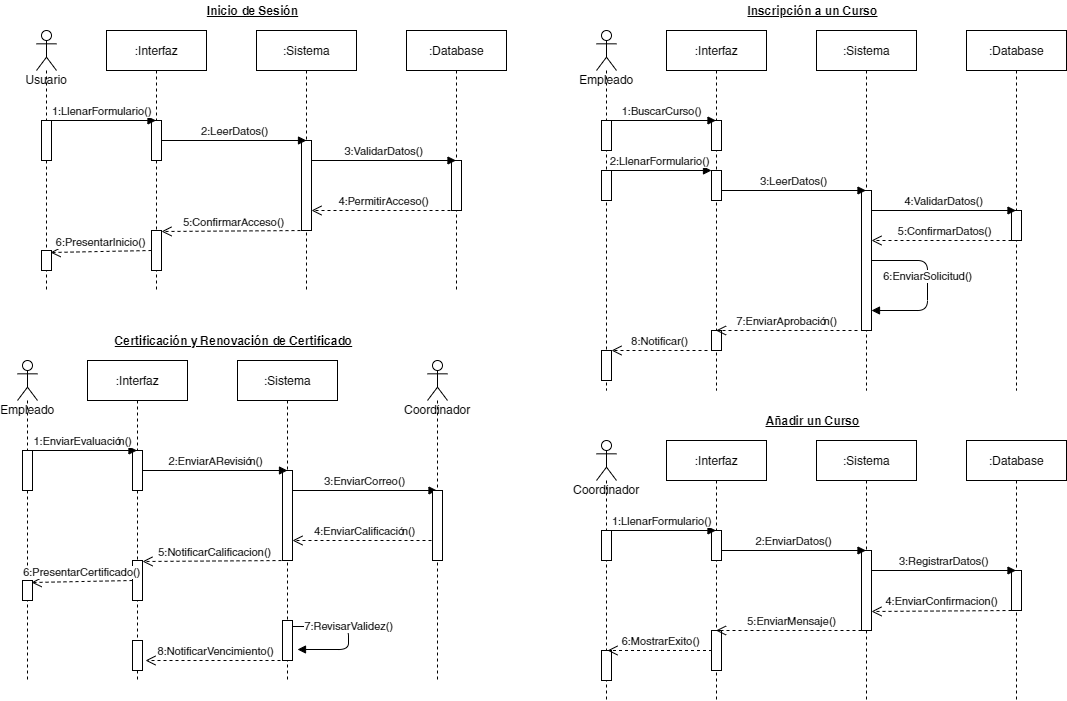
Before: diagrams/C1.4_UML_Casos_de_uso_secuencia_clases/C1.4_Secuencia_1.png, a diagram exported from draw.io (edgarcastillo17/analisisavanzadosoftware). Source tidied: cells renumbered, new cells last; positions are measured from the earlier drawing's top-left corner, leaving out a move shared by most shapes.
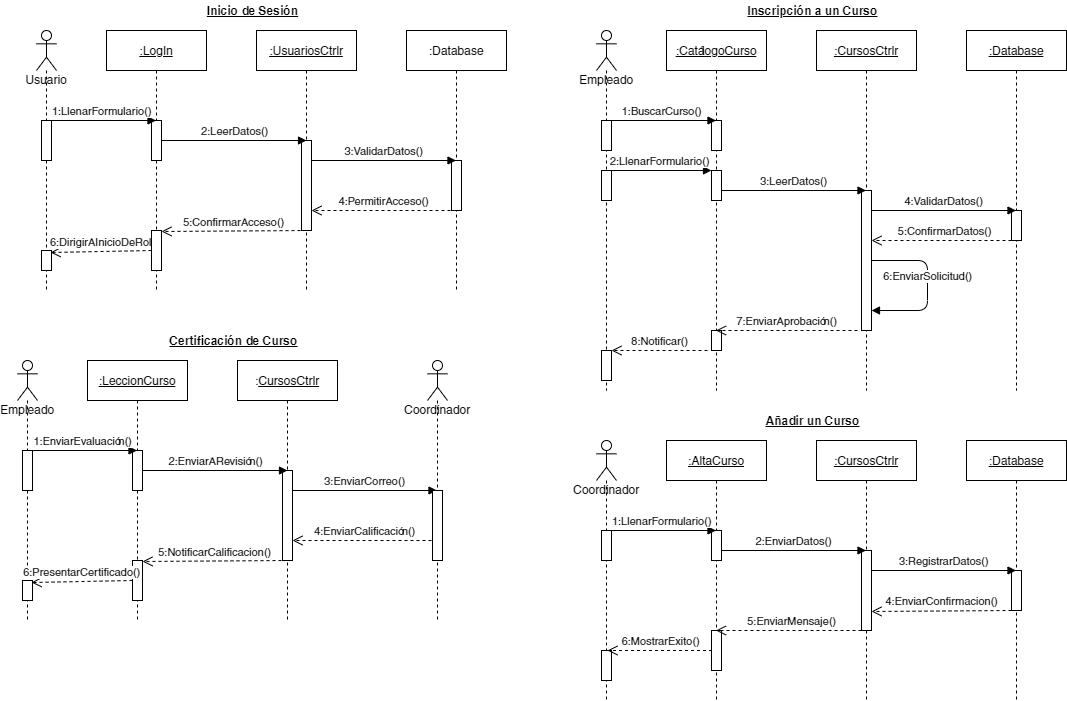
Above is the later version.

Diff of the diagram source:
```diff
@@ -11,7 +11,7 @@
     <mxCell id="4" style="html=1;points=[];perimeter=orthogonalPerimeter;" parent="2" vertex="1">
       <mxGeometry x="5" y="220" width="10" height="20" as="geometry" />
     </mxCell>
-    <mxCell id="5" value=":Interfaz" style="shape=umlLifeline;perimeter=lifelinePerimeter;whiteSpace=wrap;html=1;" parent="1" vertex="1">
+    <mxCell id="5" value="&lt;u&gt;:LogIn&lt;/u&gt;" style="shape=umlLifeline;perimeter=lifelinePerimeter;whiteSpace=wrap;html=1;" parent="1" vertex="1">
       <mxGeometry x="89" y="30" width="100" height="260" as="geometry" />
     </mxCell>
     <mxCell id="6" style="html=1;perimeter=orthogonalPerimeter;" parent="5" vertex="1">
@@ -20,7 +20,7 @@
     <mxCell id="7" style="html=1;points=[];perimeter=orthogonalPerimeter;" parent="5" vertex="1">
       <mxGeometry x="45" y="200" width="10" height="40" as="geometry" />
     </mxCell>
-    <mxCell id="8" value=":Sistema" style="shape=umlLifeline;perimeter=lifelinePerimeter;whiteSpace=wrap;html=1;" parent="1" vertex="1">
+    <mxCell id="8" value="&lt;u&gt;:UsuariosCtrlr&lt;/u&gt;" style="shape=umlLifeline;perimeter=lifelinePerimeter;whiteSpace=wrap;html=1;" parent="1" vertex="1">
       <mxGeometry x="239" y="30" width="100" height="260" as="geometry" />
     </mxCell>
     <mxCell id="9" style="html=1;points=[];perimeter=orthogonalPerimeter;" parent="8" vertex="1">
@@ -58,7 +58,7 @@
         <mxPoint x="289" y="230" as="sourcePoint" />
       </mxGeometry>
     </mxCell>
-    <mxCell id="17" value="6:PresentarInicio()" style="html=1;verticalAlign=bottom;endArrow=open;dashed=1;endSize=8;entryX=0.9;entryY=0.1;entryDx=0;entryDy=0;entryPerimeter=0;" parent="1" edge="1" target="4">
+    <mxCell id="17" value="6:DirigirAInicioDeRol" style="html=1;verticalAlign=bottom;endArrow=open;dashed=1;endSize=8;entryX=0.9;entryY=0.1;entryDx=0;entryDy=0;entryPerimeter=0;" parent="1" edge="1" target="4">
       <mxGeometry relative="1" as="geometry">
         <mxPoint x="134" y="250" as="sourcePoint" />
       </mxGeometry>
@@ -78,7 +78,7 @@
     <mxCell id="22" style="html=1;points=[];perimeter=orthogonalPerimeter;" parent="19" vertex="1">
       <mxGeometry x="5" y="320" width="10" height="30" as="geometry" />
     </mxCell>
-    <mxCell id="23" value=":Interfaz" style="shape=umlLifeline;perimeter=lifelinePerimeter;whiteSpace=wrap;html=1;outlineConnect=0;" parent="1" vertex="1">
+    <mxCell id="23" value="&lt;u&gt;:CatálogoCurso&lt;/u&gt;" style="shape=umlLifeline;perimeter=lifelinePerimeter;whiteSpace=wrap;html=1;outlineConnect=0;" parent="1" vertex="1">
       <mxGeometry x="649" y="30" width="100" height="360" as="geometry" />
     </mxCell>
     <mxCell id="24" style="html=1;perimeter=orthogonalPerimeter;" parent="23" vertex="1">
@@ -90,7 +90,7 @@
     <mxCell id="26" style="html=1;perimeter=orthogonalPerimeter;" parent="23" vertex="1">
       <mxGeometry x="45" y="300" width="10" height="20" as="geometry" />
     </mxCell>
-    <mxCell id="27" value=":Sistema" style="shape=umlLifeline;perimeter=lifelinePerimeter;whiteSpace=wrap;html=1;outlineConnect=0;" parent="1" vertex="1">
+    <mxCell id="27" value="&lt;u&gt;:CursosCtrlr&lt;/u&gt;" style="shape=umlLifeline;perimeter=lifelinePerimeter;whiteSpace=wrap;html=1;outlineConnect=0;" parent="1" vertex="1">
       <mxGeometry x="799" y="30" width="100" height="360" as="geometry" />
     </mxCell>
     <mxCell id="28" style="html=1;points=[];perimeter=orthogonalPerimeter;" parent="27" vertex="1">
@@ -105,7 +105,7 @@
         </Array>
       </mxGeometry>
     </mxCell>
-    <mxCell id="30" value=":Database" style="shape=umlLifeline;perimeter=lifelinePerimeter;whiteSpace=wrap;html=1;outlineConnect=0;" parent="1" vertex="1">
+    <mxCell id="30" value="&lt;u&gt;:Database&lt;/u&gt;" style="shape=umlLifeline;perimeter=lifelinePerimeter;whiteSpace=wrap;html=1;outlineConnect=0;" parent="1" vertex="1">
       <mxGeometry x="949" y="30" width="100" height="360" as="geometry" />
     </mxCell>
     <mxCell id="31" style="html=1;perimeter=orthogonalPerimeter;" parent="30" vertex="1">
@@ -151,7 +151,7 @@
       </mxGeometry>
     </mxCell>
     <mxCell id="40" value="Empleado" style="shape=umlLifeline;participant=umlActor;perimeter=lifelinePerimeter;whiteSpace=wrap;html=1;verticalAlign=top;spacingTop=36;" parent="1" vertex="1">
-      <mxGeometry y="360" width="20" height="320" as="geometry" />
+      <mxGeometry y="360" width="20" height="260" as="geometry" />
     </mxCell>
     <mxCell id="41" style="html=1;perimeter=orthogonalPerimeter;" parent="40" vertex="1">
       <mxGeometry x="5" y="90" width="10" height="40" as="geometry" />
@@ -159,8 +159,8 @@
     <mxCell id="42" style="html=1;points=[];perimeter=orthogonalPerimeter;" parent="40" vertex="1">
       <mxGeometry x="5" y="220" width="10" height="20" as="geometry" />
     </mxCell>
-    <mxCell id="43" value=":Interfaz" style="shape=umlLifeline;perimeter=lifelinePerimeter;whiteSpace=wrap;html=1;" parent="1" vertex="1">
-      <mxGeometry x="70" y="360" width="100" height="320" as="geometry" />
+    <mxCell id="43" value="&lt;u&gt;:LeccionCurso&lt;/u&gt;" style="shape=umlLifeline;perimeter=lifelinePerimeter;whiteSpace=wrap;html=1;" parent="1" vertex="1">
+      <mxGeometry x="70" y="360" width="100" height="260" as="geometry" />
     </mxCell>
     <mxCell id="44" style="html=1;perimeter=orthogonalPerimeter;" parent="43" vertex="1">
       <mxGeometry x="45" y="90" width="10" height="40" as="geometry" />
@@ -168,15 +168,12 @@
     <mxCell id="45" style="html=1;points=[];perimeter=orthogonalPerimeter;" parent="43" vertex="1">
       <mxGeometry x="45" y="200" width="10" height="40" as="geometry" />
     </mxCell>
-    <mxCell id="46" value=":Sistema" style="shape=umlLifeline;perimeter=lifelinePerimeter;whiteSpace=wrap;html=1;" parent="1" vertex="1">
-      <mxGeometry x="220" y="360" width="100" height="320" as="geometry" />
+    <mxCell id="46" value=":&lt;u&gt;CursosCtrlr&lt;/u&gt;" style="shape=umlLifeline;perimeter=lifelinePerimeter;whiteSpace=wrap;html=1;" parent="1" vertex="1">
+      <mxGeometry x="220" y="360" width="100" height="260" as="geometry" />
     </mxCell>
     <mxCell id="47" style="html=1;points=[];perimeter=orthogonalPerimeter;" parent="46" vertex="1">
       <mxGeometry x="45" y="110" width="10" height="90" as="geometry" />
     </mxCell>
-    <mxCell id="48" style="html=1;points=[];perimeter=orthogonalPerimeter;" parent="46" vertex="1">
-      <mxGeometry x="45" y="260" width="10" height="40" as="geometry" />
-    </mxCell>
     <mxCell id="49" value="1:EnviarEvaluación()" style="html=1;verticalAlign=bottom;endArrow=block;" parent="1" edge="1">
       <mxGeometry relative="1" as="geometry">
         <mxPoint x="10" y="450" as="sourcePoint" />
@@ -209,31 +206,15 @@
         <mxPoint x="115" y="580" as="sourcePoint" />
       </mxGeometry>
     </mxCell>
-    <mxCell id="55" value="&lt;b&gt;&lt;u&gt;Certificación y Renovación de Certificado&lt;/u&gt;&lt;/b&gt;" style="text;html=1;align=center;verticalAlign=middle;" parent="1" vertex="1">
-      <mxGeometry x="91" y="330" width="250" height="20" as="geometry" />
+    <mxCell id="55" value="&lt;b&gt;&lt;u&gt;Certificación de Curso&lt;/u&gt;&lt;/b&gt;" style="text;html=1;align=center;verticalAlign=middle;" parent="1" vertex="1">
+      <mxGeometry x="146" y="330" width="140" height="20" as="geometry" />
     </mxCell>
     <mxCell id="56" value="Coordinador" style="shape=umlLifeline;participant=umlActor;perimeter=lifelinePerimeter;whiteSpace=wrap;html=1;verticalAlign=top;spacingTop=36;" parent="1" vertex="1">
-      <mxGeometry x="410" y="360" width="20" height="320" as="geometry" />
+      <mxGeometry x="410" y="360" width="20" height="260" as="geometry" />
     </mxCell>
     <mxCell id="57" style="html=1;perimeter=orthogonalPerimeter;" parent="56" vertex="1">
       <mxGeometry x="5" y="130" width="10" height="70" as="geometry" />
     </mxCell>
-    <mxCell id="58" value="7:RevisarValidez()" style="html=1;verticalAlign=bottom;endArrow=block;edgeStyle=elbowEdgeStyle;entryX=1.5;entryY=0.725;entryDx=0;entryDy=0;entryPerimeter=0;" parent="1" edge="1" target="48">
-      <mxGeometry relative="1" as="geometry">
-        <mxPoint x="275" y="626" as="sourcePoint" />
-        <Array as="points">
-          <mxPoint x="331" y="656" />
-        </Array>
-      </mxGeometry>
-    </mxCell>
-    <mxCell id="59" style="html=1;points=[];perimeter=orthogonalPerimeter;" parent="1" vertex="1">
-      <mxGeometry x="115" y="640" width="10" height="30" as="geometry" />
-    </mxCell>
-    <mxCell id="60" value="8:NotificarVencimiento()" style="html=1;verticalAlign=bottom;endArrow=open;dashed=1;endSize=8;entryX=1.3;entryY=0.667;entryDx=0;entryDy=0;entryPerimeter=0;" parent="1" edge="1" target="59">
-      <mxGeometry relative="1" as="geometry">
-        <mxPoint x="269" y="660" as="sourcePoint" />
-      </mxGeometry>
-    </mxCell>
     <mxCell id="61" value="Coordinador" style="shape=umlLifeline;participant=umlActor;perimeter=lifelinePerimeter;whiteSpace=wrap;html=1;verticalAlign=top;spacingTop=36;" parent="1" vertex="1">
       <mxGeometry x="579" y="440" width="20" height="260" as="geometry" />
     </mxCell>
@@ -243,7 +224,7 @@
     <mxCell id="63" style="html=1;perimeter=orthogonalPerimeter;" parent="61" vertex="1">
       <mxGeometry x="5" y="210" width="10" height="30" as="geometry" />
     </mxCell>
-    <mxCell id="64" value=":Interfaz" style="shape=umlLifeline;perimeter=lifelinePerimeter;whiteSpace=wrap;html=1;outlineConnect=0;" parent="1" vertex="1">
+    <mxCell id="64" value="&lt;u&gt;:AltaCurso&lt;/u&gt;" style="shape=umlLifeline;perimeter=lifelinePerimeter;whiteSpace=wrap;html=1;outlineConnect=0;" parent="1" vertex="1">
       <mxGeometry x="649" y="440" width="100" height="260" as="geometry" />
     </mxCell>
     <mxCell id="65" style="html=1;perimeter=orthogonalPerimeter;" parent="64" vertex="1">
@@ -252,13 +233,13 @@
     <mxCell id="66" style="html=1;perimeter=orthogonalPerimeter;" parent="64" vertex="1">
       <mxGeometry x="45" y="190" width="10" height="40" as="geometry" />
     </mxCell>
-    <mxCell id="67" value=":Sistema" style="shape=umlLifeline;perimeter=lifelinePerimeter;whiteSpace=wrap;html=1;" parent="1" vertex="1">
+    <mxCell id="67" value="&lt;u&gt;:CursosCtrlr&lt;/u&gt;" style="shape=umlLifeline;perimeter=lifelinePerimeter;whiteSpace=wrap;html=1;" parent="1" vertex="1">
       <mxGeometry x="799" y="440" width="100" height="260" as="geometry" />
     </mxCell>
     <mxCell id="68" style="html=1;perimeter=orthogonalPerimeter;" parent="67" vertex="1">
       <mxGeometry x="45" y="110" width="10" height="80" as="geometry" />
     </mxCell>
-    <mxCell id="69" value=":Database" style="shape=umlLifeline;perimeter=lifelinePerimeter;whiteSpace=wrap;html=1;outlineConnect=0;" parent="1" vertex="1">
+    <mxCell id="69" value="&lt;u&gt;:Database&lt;/u&gt;" style="shape=umlLifeline;perimeter=lifelinePerimeter;whiteSpace=wrap;html=1;outlineConnect=0;" parent="1" vertex="1">
       <mxGeometry x="949" y="440" width="100" height="260" as="geometry" />
     </mxCell>
     <mxCell id="70" style="html=1;perimeter=orthogonalPerimeter;" parent="69" vertex="1">
```
